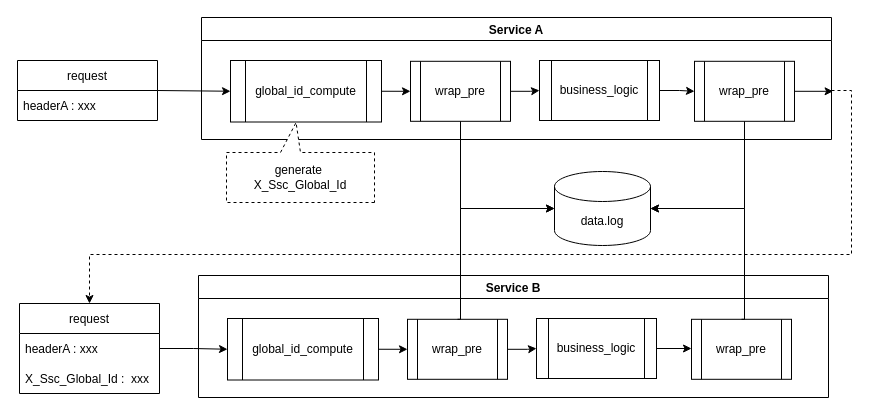
yindongjun/drawio-2 keeps this draw.io diagram as ssc_global_id.drawio. Above is the earlier version. Source tidied: cells renumbered, new cells numbered last; positions are measured from the earlier drawing's top-left corner, leaving out a move shared by most shapes. Both pictures are drawn from the tidied source at 100%, with x=0, y=0 at pixel (17, 17).
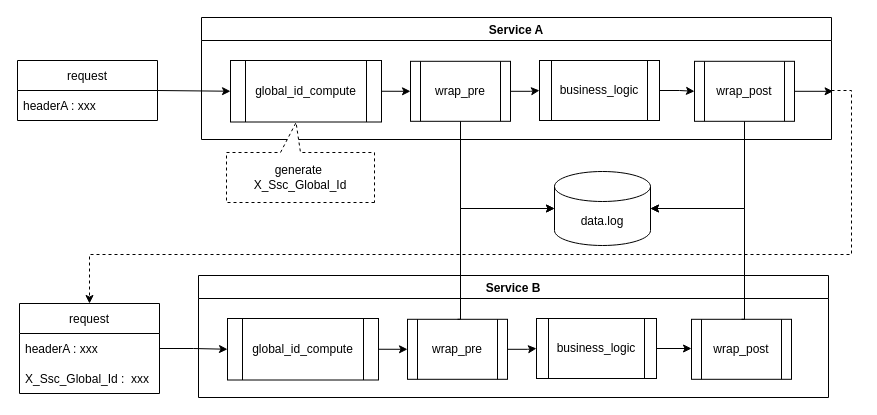
After the change.

The change refers to these unchanged cells:
```xml
<mxCell id="3" value="Service A" style="swimlane;" parent="1" vertex="1">
  <mxGeometry x="184" width="630" height="122" as="geometry" />
</mxCell>
<mxCell id="12" value="Service B" style="swimlane;" parent="1" vertex="1">
  <mxGeometry x="181" y="258" width="630" height="122" as="geometry" />
</mxCell>
```

The edit, as a diff of the source:
```diff
@@
-    <mxCell id="10" value="wrap_pre" style="shape=process;whiteSpace=wrap;html=1;backgroundOutline=1;" parent="3" vertex="1">
+    <mxCell id="10" value="wrap_post" style="shape=process;whiteSpace=wrap;html=1;backgroundOutline=1;" parent="3" vertex="1">
       <mxGeometry x="493" y="43.8" width="100" height="60" as="geometry" />
     </mxCell>
@@
-    <mxCell id="19" value="wrap_pre" style="shape=process;whiteSpace=wrap;html=1;backgroundOutline=1;" parent="12" vertex="1">
+    <mxCell id="19" value="wrap_post" style="shape=process;whiteSpace=wrap;html=1;backgroundOutline=1;" parent="12" vertex="1">
       <mxGeometry x="493" y="43.8" width="100" height="60" as="geometry" />
     </mxCell>
```
